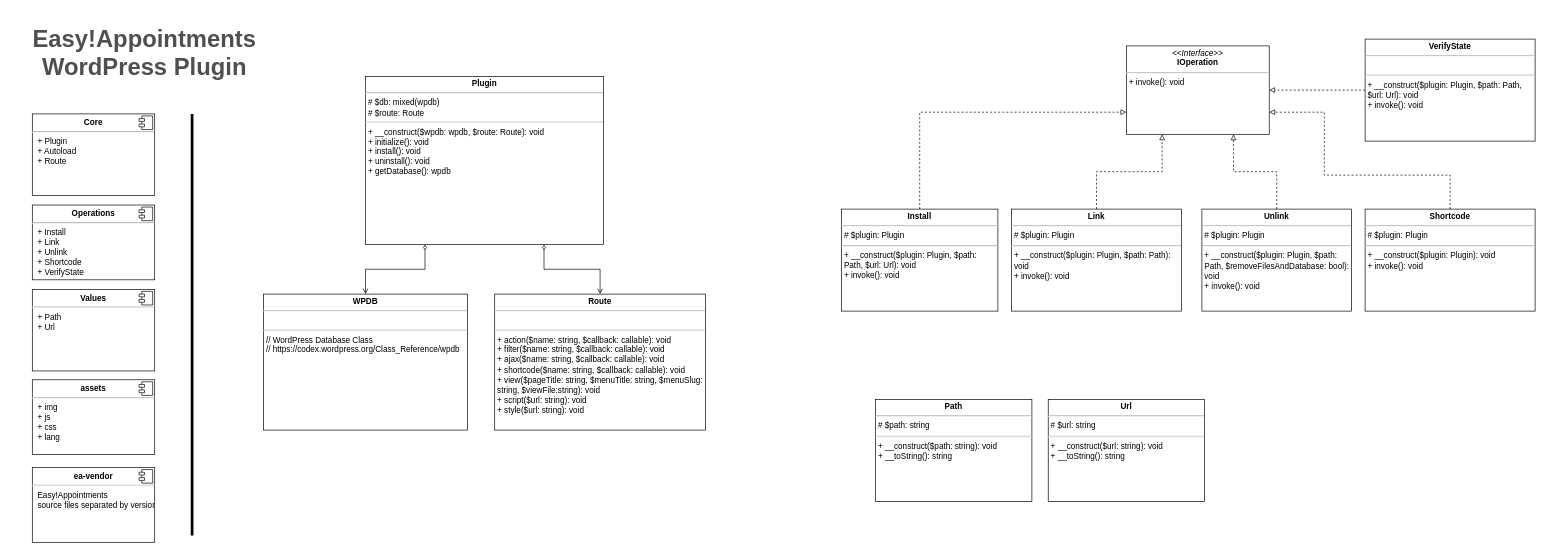
Before: doc/class-diagram.drawio.xml in alextselegidis/easyappointments-wordpress, a draw.io diagram. Source tidied: cells renumbered, new cells numbered last; positions are measured from the earlier drawing's top-left corner, leaving out a move shared by most shapes. Both pictures are drawn from the tidied source at 68%, with x=0, y=0 at pixel (12, 12).
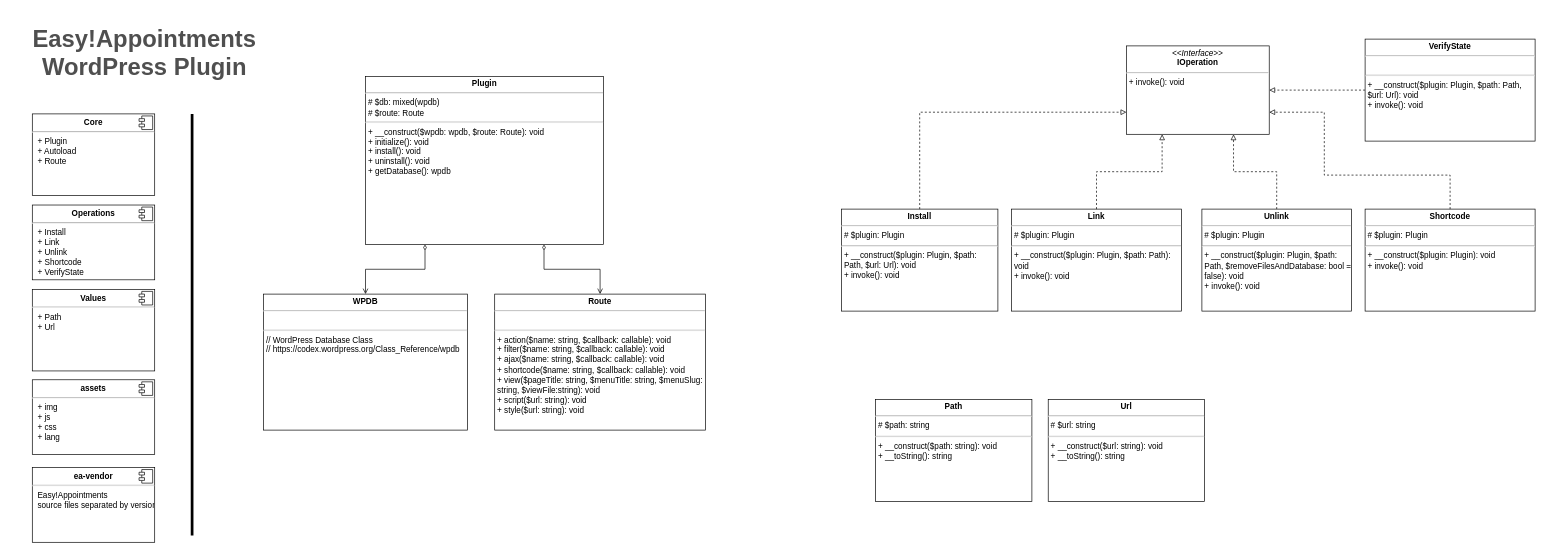
Above is the later version.

Commit message (it also covers changes not shown here):
Implemented the Unlink operation.

Change to the diagram source:
```diff
@@
-    <mxCell id="25" value="&lt;p style=&quot;margin: 0px ; margin-top: 4px ; text-align: center&quot;&gt;&lt;b&gt;Unlink&lt;/b&gt;&lt;/p&gt;&lt;hr&gt;&lt;p style=&quot;margin: 0px ; margin-left: 4px&quot;&gt;&lt;span style=&quot;line-height: 15.1199998855591px&quot;&gt;# $plugin: Plugin&lt;/span&gt;&lt;br&gt;&lt;/p&gt;&lt;hr&gt;&lt;p style=&quot;line-height: 15.1199998855591px ; margin: 0px 0px 0px 4px&quot;&gt;+ __construct($plugin: Plugin, $path: Path, $removeFilesAndDatabase: bool): void&lt;/p&gt;&lt;p style=&quot;line-height: 15.1199998855591px ; margin: 0px 0px 0px 4px&quot;&gt;+ invoke(): void&lt;/p&gt;" style="verticalAlign=top;align=left;overflow=fill;fontSize=12;fontFamily=Helvetica;html=1;whiteSpace=wrap;" parent="1" vertex="1">
+    <mxCell id="25" value="&lt;p style=&quot;margin: 0px ; margin-top: 4px ; text-align: center&quot;&gt;&lt;b&gt;Unlink&lt;/b&gt;&lt;/p&gt;&lt;hr&gt;&lt;p style=&quot;margin: 0px ; margin-left: 4px&quot;&gt;&lt;span style=&quot;line-height: 15.1199998855591px&quot;&gt;# $plugin: Plugin&lt;/span&gt;&lt;br&gt;&lt;/p&gt;&lt;hr&gt;&lt;p style=&quot;line-height: 15.1199998855591px ; margin: 0px 0px 0px 4px&quot;&gt;+ __construct($plugin: Plugin, $path: Path, $removeFilesAndDatabase: bool = false): void&lt;/p&gt;&lt;p style=&quot;line-height: 15.1199998855591px ; margin: 0px 0px 0px 4px&quot;&gt;+ invoke(): void&lt;/p&gt;" style="verticalAlign=top;align=left;overflow=fill;fontSize=12;fontFamily=Helvetica;html=1;whiteSpace=wrap;" parent="1" vertex="1">
       <mxGeometry x="1750" y="290" width="220" height="150" as="geometry" />
     </mxCell>
```
